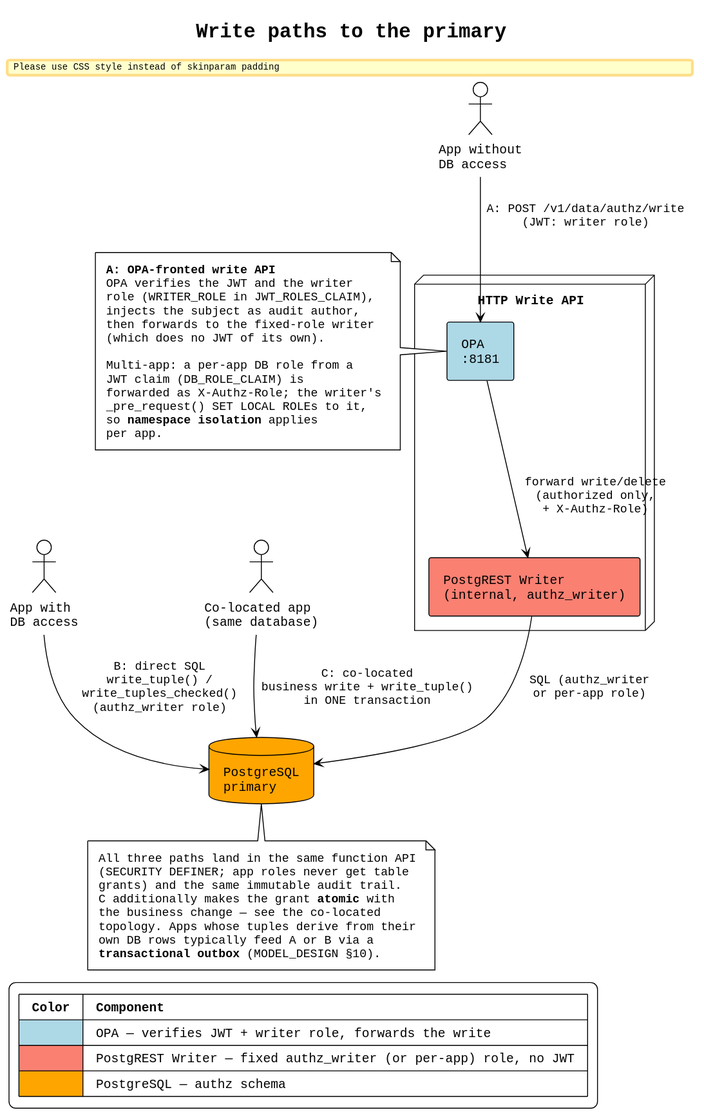
Earlier version of the PlantUML export docs/architecture-write-api.svg (thomasdarimont/pgauthz).
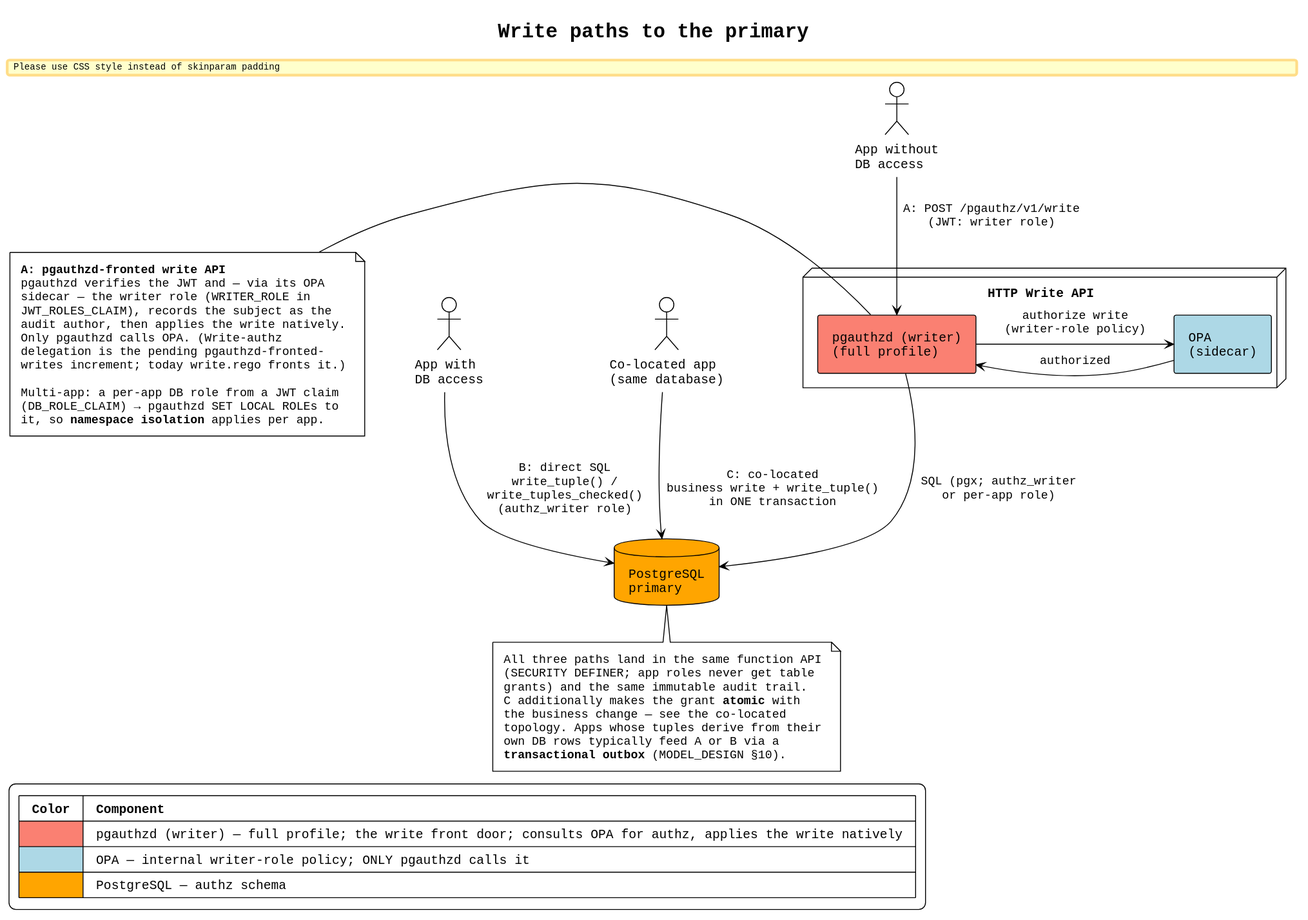
The same diagram one commit later.

What changed in the source:
```diff
@@ -14,33 +14,33 @@
 actor "Co-located app\n(same database)" as appC
 
 note as N1
-  **A: OPA-fronted write API**
-  OPA verifies the JWT and the writer
-  role (WRITER_ROLE in JWT_ROLES_CLAIM),
-  injects the subject as audit author,
-  then forwards to the fixed-role writer
-  (which does no JWT of its own).
+  **A: pgauthzd-fronted write API**
+  pgauthzd verifies the JWT and — via its OPA
+  sidecar — the writer role (WRITER_ROLE in
+  JWT_ROLES_CLAIM), records the subject as the
+  audit author, then applies the write natively.
+  Only pgauthzd calls OPA. (Write-authz
+  delegation is the pending pgauthzd-fronted-
+  writes increment; today write.rego fronts it.)
 
-  Multi-app: a per-app DB role from a
-  JWT claim (DB_ROLE_CLAIM) is
-  forwarded as X-Authz-Role; the writer's
-  _pre_request() SET LOCAL ROLEs to it,
-  so **namespace isolation** applies
-  per app.
+  Multi-app: a per-app DB role from a JWT claim
+  (DB_ROLE_CLAIM) → pgauthzd SET LOCAL ROLEs to
+  it, so **namespace isolation** applies per app.
 end note
 
 node "HTTP Write API" as optA {
-    component "OPA\n:8181" as opa #LightBlue
-    component "PostgREST Writer\n(internal, authz_writer)" as pgrst #Salmon
+    component "pgauthzd (writer)\n(full profile)" as pgd #Salmon
+    component "OPA\n(sidecar)" as opa #LightBlue
 }
 
 database "PostgreSQL\nprimary" as pg #Orange
 
-N1 -right-> opa
+N1 -right-> pgd
 
-appA -down-> opa : "A: POST /v1/data/authz/write\n(JWT: writer role)"
-opa -down-> pgrst : "forward write/delete\n(authorized only,\n+ X-Authz-Role)"
-pgrst -down-> pg : "SQL (authz_writer\nor per-app role)"
+appA -down-> pgd : "A: POST /pgauthz/v1/write\n(JWT: writer role)"
+pgd -right-> opa : "authorize write\n(writer-role policy)"
+opa -left-> pgd : "authorized"
+pgd -down-> pg : "SQL (pgx; authz_writer\nor per-app role)"
 
 appB -down-> pg : "B: direct SQL\nwrite_tuple() /\nwrite_tuples_checked()\n(authz_writer role)"
 
@@ -59,8 +59,8 @@
 
 legend bottom left
   |= Color |= Component |
-  | <#LightBlue> | OPA — verifies JWT + writer role, forwards the write |
-  | <#Salmon> | PostgREST Writer — fixed authz_writer (or per-app) role, no JWT |
+  | <#Salmon> | pgauthzd (writer) — full profile; the write front door; consults OPA for authz, applies the write natively |
+  | <#LightBlue> | OPA — internal writer-role policy; ONLY pgauthzd calls it |
   | <#Orange> | PostgreSQL — authz schema |
 end legend
 @enduml
```
